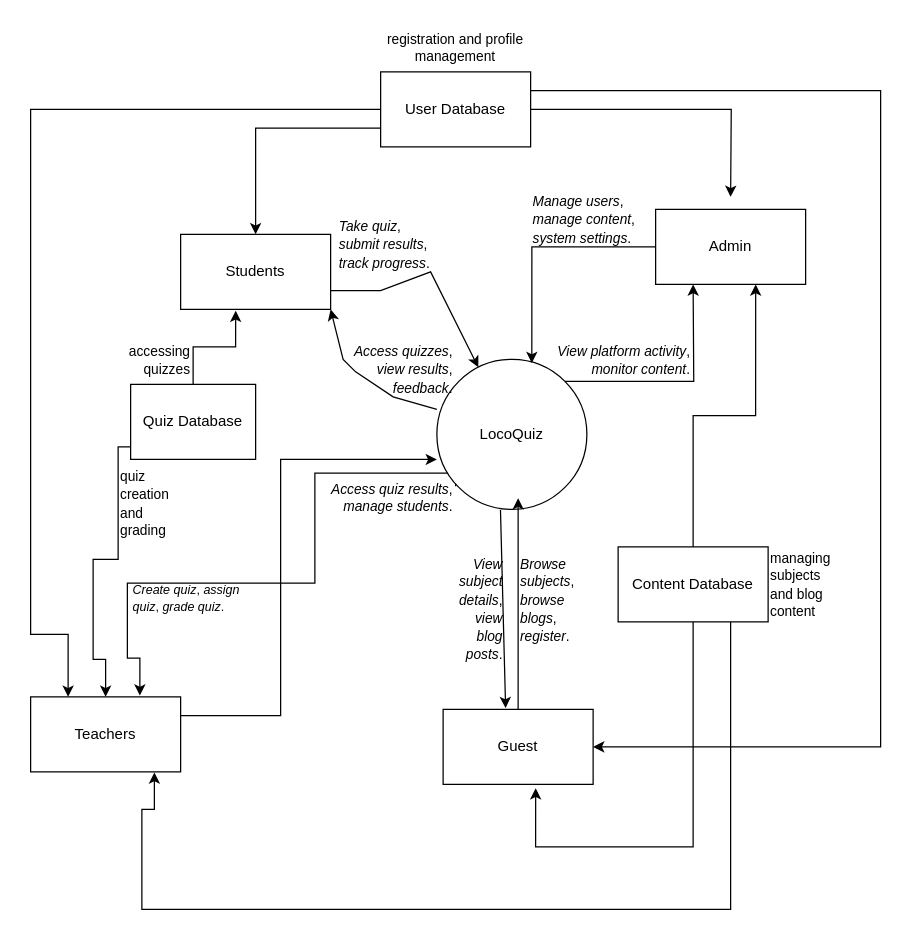
Earlier version of the draw.io diagram Assignment1.drawio (ChelleRech3/Use-case-diagram). Source tidied: cells renumbered, new cells numbered last; positions are measured from the earlier drawing's top-left corner, leaving out a move shared by most shapes. Both pictures are drawn from the tidied source at 125%, with x=0, y=0 at pixel (30, 21).
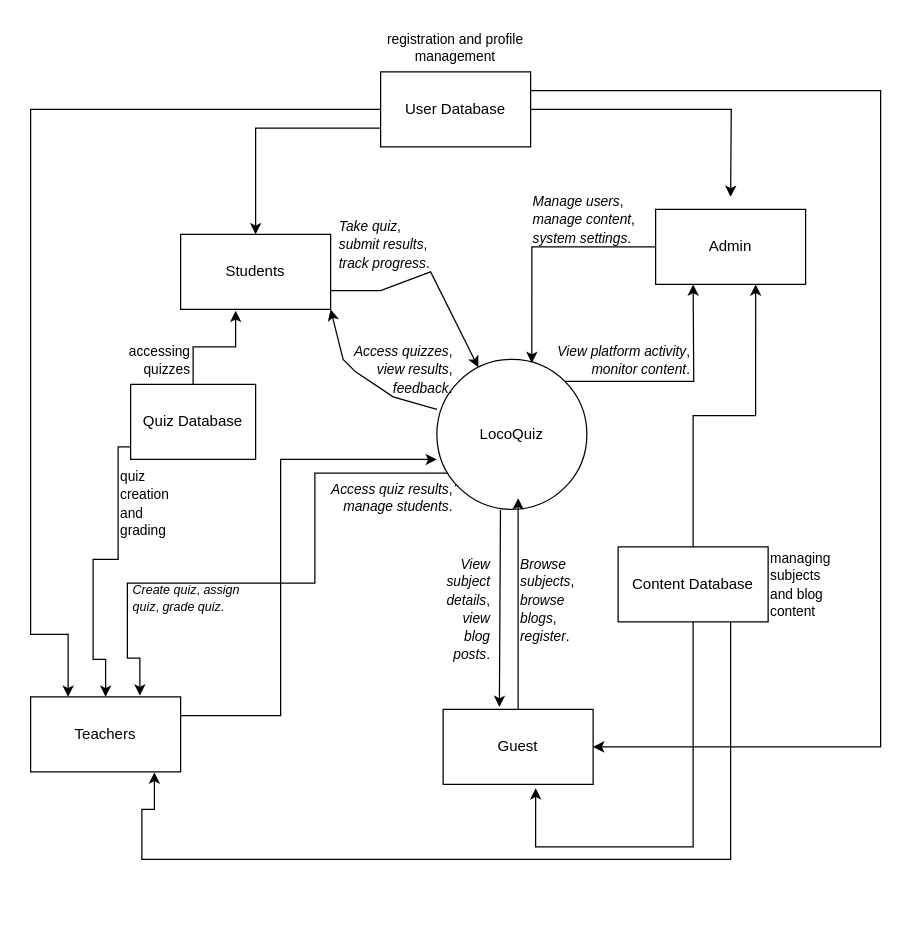
Above is the later version.

The change refers to these unchanged cells:
```xml
<mxCell id="4" value="LocoQuiz" style="ellipse;whiteSpace=wrap;html=1;" parent="1" vertex="1">
  <mxGeometry x="325" y="270" width="120" height="120" as="geometry" />
</mxCell>
<mxCell id="6" value="Guest" style="rounded=0;whiteSpace=wrap;html=1;" parent="1" vertex="1">
  <mxGeometry x="330" y="550" width="120" height="60" as="geometry" />
</mxCell>
<mxCell id="7" value="Teachers" style="rounded=0;whiteSpace=wrap;html=1;" parent="1" vertex="1">
  <mxGeometry y="540" width="120" height="60" as="geometry" />
</mxCell>
<mxCell id="15" value="Content Database" style="rounded=0;whiteSpace=wrap;html=1;" parent="1" vertex="1">
  <mxGeometry x="470" y="420" width="120" height="60" as="geometry" />
</mxCell>
```

What changed in the source:
```diff
@@
-    <mxCell id="17" style="endArrow=classic;html=1;rounded=0;exitX=0.424;exitY=1.004;exitDx=0;exitDy=0;exitPerimeter=0;" parent="1" edge="1" source="4">
-      <mxGeometry relative="1" as="geometry">
-        <mxPoint x="380" y="549" as="targetPoint" />
-      </mxGeometry>
+    <mxCell id="17" style="endArrow=classic;html=1;rounded=0;exitX=0.424;exitY=1.004;exitDx=0;exitDy=0;exitPerimeter=0;entryX=0.375;entryY=-0.033;entryDx=0;entryDy=0;entryPerimeter=0;" parent="1" edge="1" source="4" target="6">
+      <mxGeometry relative="1" as="geometry" />
     </mxCell>
@@
     <mxCell id="20" value="&lt;font style=&quot;font-size: 11px;&quot;&gt;&lt;em style=&quot;&quot;&gt;View subject details&lt;/em&gt;, &lt;em style=&quot;&quot;&gt;view blog posts&lt;/em&gt;.&lt;/font&gt;" style="text;whiteSpace=wrap;html=1;align=right;" parent="1" vertex="1">
-      <mxGeometry x="340" y="420" width="40" height="80" as="geometry" />
+      <mxGeometry x="330" y="420" width="40" height="80" as="geometry" />
     </mxCell>
@@
     <mxCell id="34" style="edgeStyle=orthogonalEdgeStyle;rounded=0;jettySize=auto;html=1;exitX=0.75;exitY=1;exitDx=0;exitDy=0;entryX=0.825;entryY=1.007;entryDx=0;entryDy=0;entryPerimeter=0;" parent="1" edge="1" source="15" target="7">
       <mxGeometry relative="1" as="geometry">
         <Array as="points">
-          <mxPoint x="560" y="710" />
-          <mxPoint x="89" y="710" />
+          <mxPoint x="560" y="670" />
+          <mxPoint x="89" y="670" />
           <mxPoint x="89" y="630" />
           <mxPoint x="99" y="630" />
         </Array>
       </mxGeometry>
     </mxCell>
```
